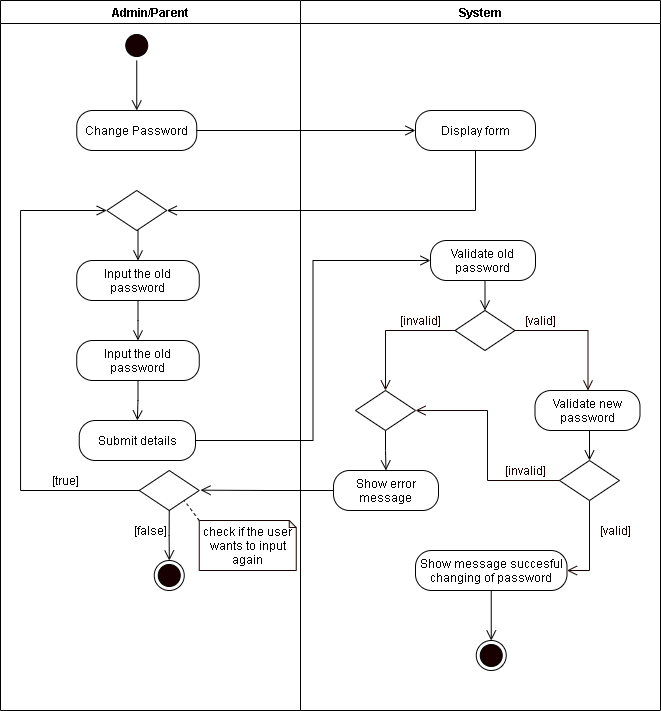
Earlier version of the draw.io export REVISIONS/UML-DIAGRAMS/6-9-2021/ACTIVITY DIAGRAM/6-Change Password.png (mrklglsn/CAPSTONE-FILES). Source tidied: cells renumbered, new cells last; positions are measured from the earlier drawing's top-left corner, leaving out a move shared by most shapes. Its diagram source:
```xml
<mxGraphModel>
  <root>
    <mxCell id="0" />
    <mxCell id="1" parent="0" />
    <mxCell id="2" value="Admin/Parent" style="swimlane;startSize=23;" parent="1" vertex="1">
      <mxGeometry width="300" height="710" as="geometry" />
    </mxCell>
    <mxCell id="3" style="edgeStyle=orthogonalEdgeStyle;rounded=0;jettySize=auto;html=1;exitX=0.5;exitY=1;exitDx=0;exitDy=0;entryX=0.5;entryY=0;entryDx=0;entryDy=0;endArrow=open;endFill=0;endSize=8;" parent="2" edge="1" source="4">
      <mxGeometry relative="1" as="geometry">
        <mxPoint x="136.2" y="110" as="targetPoint" />
      </mxGeometry>
    </mxCell>
    <mxCell id="4" style="ellipse;html=1;shape=startState;fillColor=#190000;" parent="2" vertex="1">
      <mxGeometry x="121.2" y="30" width="30" height="30" as="geometry" />
    </mxCell>
    <mxCell id="5" value="Change Password" style="rounded=1;whiteSpace=wrap;html=1;arcSize=40;" parent="2" vertex="1">
      <mxGeometry x="76.2" y="110" width="120" height="40" as="geometry" />
    </mxCell>
    <mxCell id="6" style="edgeStyle=orthogonalEdgeStyle;rounded=0;jettySize=auto;html=1;exitX=0.5;exitY=1;exitDx=0;exitDy=0;endArrow=open;endFill=0;endSize=8;" parent="2" edge="1" source="7" target="12">
      <mxGeometry relative="1" as="geometry" />
    </mxCell>
    <mxCell id="7" value="Input the old password" style="rounded=1;whiteSpace=wrap;html=1;arcSize=40;" parent="2" vertex="1">
      <mxGeometry x="76.2" y="260" width="122.5" height="40" as="geometry" />
    </mxCell>
    <mxCell id="8" value="Submit details" style="rounded=1;whiteSpace=wrap;html=1;arcSize=40;" parent="2" vertex="1">
      <mxGeometry x="78.8" y="420" width="116.2" height="40" as="geometry" />
    </mxCell>
    <mxCell id="9" style="edgeStyle=orthogonalEdgeStyle;rounded=0;jettySize=auto;html=1;exitX=0.5;exitY=1;exitDx=0;exitDy=0;entryX=0.5;entryY=0;entryDx=0;entryDy=0;endArrow=open;endFill=0;endSize=8;" parent="2" edge="1" source="10" target="7">
      <mxGeometry relative="1" as="geometry" />
    </mxCell>
    <mxCell id="10" style="rhombus;whiteSpace=wrap;html=1;" parent="2" vertex="1">
      <mxGeometry x="106.2" y="190" width="60" height="40" as="geometry" />
    </mxCell>
    <mxCell id="11" style="edgeStyle=orthogonalEdgeStyle;rounded=0;jettySize=auto;html=1;exitX=0.5;exitY=1;exitDx=0;exitDy=0;endArrow=open;endFill=0;endSize=8;" parent="2" edge="1" source="12" target="8">
      <mxGeometry relative="1" as="geometry" />
    </mxCell>
    <mxCell id="12" value="Input the old password" style="rounded=1;whiteSpace=wrap;html=1;arcSize=40;" parent="2" vertex="1">
      <mxGeometry x="76.2" y="340" width="122.5" height="40" as="geometry" />
    </mxCell>
    <mxCell id="13" style="rhombus;whiteSpace=wrap;html=1;" parent="2" vertex="1">
      <mxGeometry x="138.8" y="470" width="60" height="40" as="geometry" />
    </mxCell>
    <mxCell id="14" style="edgeStyle=orthogonalEdgeStyle;rounded=0;jettySize=auto;html=1;entryX=0;entryY=0.5;entryDx=0;entryDy=0;endArrow=open;endFill=0;endSize=8;exitX=0;exitY=0.5;exitDx=0;exitDy=0;" parent="2" edge="1" source="13" target="10">
      <mxGeometry relative="1" as="geometry">
        <Array as="points">
          <mxPoint x="139" y="490" />
          <mxPoint x="20" y="490" />
          <mxPoint x="20" y="210" />
        </Array>
      </mxGeometry>
    </mxCell>
    <mxCell id="15" style="ellipse;html=1;shape=endState;fillColor=#190000;" parent="2" vertex="1">
      <mxGeometry x="153.8" y="560" width="30" height="30" as="geometry" />
    </mxCell>
    <mxCell id="16" value="[true]" style="text;html=1;align=center;verticalAlign=middle;strokeColor=none;" parent="2" vertex="1">
      <mxGeometry x="45" y="470" width="40" height="20" as="geometry" />
    </mxCell>
    <mxCell id="17" value="[false]" style="text;html=1;align=center;verticalAlign=middle;strokeColor=none;" parent="2" vertex="1">
      <mxGeometry x="125" y="520" width="50" height="20" as="geometry" />
    </mxCell>
    <mxCell id="18" style="rounded=0;jettySize=auto;html=1;exitX=0;exitY=0;exitDx=0;exitDy=0;exitPerimeter=0;entryX=1;entryY=1;entryDx=0;entryDy=0;endArrow=none;endFill=0;endSize=8;dashed=1;" parent="2" edge="1" source="19" target="13">
      <mxGeometry relative="1" as="geometry" />
    </mxCell>
    <mxCell id="19" value="check if the user wants to input again" style="shape=note;whiteSpace=wrap;html=1;backgroundOutline=1;darkOpacity=0.05;strokeColor=#190000;size=7;" parent="2" vertex="1">
      <mxGeometry x="198.8" y="520" width="97" height="50" as="geometry" />
    </mxCell>
    <mxCell id="20" value="System" style="swimlane;" parent="1" vertex="1">
      <mxGeometry x="300" width="360" height="710" as="geometry" />
    </mxCell>
    <mxCell id="21" value="Validate old password" style="rounded=1;whiteSpace=wrap;html=1;arcSize=40;" parent="20" vertex="1">
      <mxGeometry x="130" y="240" width="105" height="40" as="geometry" />
    </mxCell>
    <mxCell id="22" style="rhombus;whiteSpace=wrap;html=1;" parent="20" vertex="1">
      <mxGeometry x="154.5" y="310" width="60" height="40" as="geometry" />
    </mxCell>
    <mxCell id="23" style="edgeStyle=orthogonalEdgeStyle;rounded=0;jettySize=auto;html=1;exitX=0.5;exitY=1;exitDx=0;exitDy=0;entryX=0.5;entryY=0;entryDx=0;entryDy=0;endArrow=open;endFill=0;endSize=8;" parent="20" edge="1" source="21" target="22">
      <mxGeometry relative="1" as="geometry" />
    </mxCell>
    <mxCell id="24" value="&lt;font color=&quot;#190000&quot;&gt;[valid]&lt;/font&gt;" style="text;html=1;align=center;verticalAlign=middle;strokeColor=none;fontColor=#FFFFFF;" parent="20" vertex="1">
      <mxGeometry x="214.5" y="310" width="50" height="20" as="geometry" />
    </mxCell>
    <mxCell id="25" value="&lt;font color=&quot;#190000&quot;&gt;[invalid]&lt;/font&gt;" style="text;html=1;align=center;verticalAlign=middle;strokeColor=none;fontColor=#FFFFFF;" parent="20" vertex="1">
      <mxGeometry x="90" y="310" width="60" height="20" as="geometry" />
    </mxCell>
    <mxCell id="26" value="Show error message" style="rounded=1;whiteSpace=wrap;html=1;arcSize=40;" parent="20" vertex="1">
      <mxGeometry x="33" y="470" width="105" height="40" as="geometry" />
    </mxCell>
    <mxCell id="27" style="edgeStyle=orthogonalEdgeStyle;rounded=0;jettySize=auto;html=1;exitX=0;exitY=0.5;exitDx=0;exitDy=0;fontColor=#FFFFFF;endArrow=open;endFill=0;endSize=8;strokeColor=#190000;entryX=0.5;entryY=0;entryDx=0;entryDy=0;" parent="20" edge="1" source="22" target="40">
      <mxGeometry relative="1" as="geometry" />
    </mxCell>
    <mxCell id="28" style="edgeStyle=orthogonalEdgeStyle;rounded=0;jettySize=auto;html=1;exitX=1;exitY=0.5;exitDx=0;exitDy=0;fontColor=#FFFFFF;endArrow=open;endFill=0;endSize=8;strokeColor=#190000;entryX=0.5;entryY=0;entryDx=0;entryDy=0;" parent="20" edge="1" source="22">
      <mxGeometry relative="1" as="geometry">
        <mxPoint x="287.5" y="390" as="targetPoint" />
      </mxGeometry>
    </mxCell>
    <mxCell id="29" value="Display form" style="rounded=1;whiteSpace=wrap;html=1;arcSize=40;" parent="20" vertex="1">
      <mxGeometry x="115" y="110" width="120" height="40" as="geometry" />
    </mxCell>
    <mxCell id="30" value="Validate new password" style="rounded=1;whiteSpace=wrap;html=1;arcSize=40;" parent="20" vertex="1">
      <mxGeometry x="234.5" y="390" width="105" height="40" as="geometry" />
    </mxCell>
    <mxCell id="31" style="rhombus;whiteSpace=wrap;html=1;" parent="20" vertex="1">
      <mxGeometry x="259" y="460" width="60" height="40" as="geometry" />
    </mxCell>
    <mxCell id="32" style="edgeStyle=orthogonalEdgeStyle;rounded=0;jettySize=auto;html=1;exitX=0.5;exitY=1;exitDx=0;exitDy=0;entryX=0.5;entryY=0;entryDx=0;entryDy=0;endArrow=open;endFill=0;endSize=8;" parent="20" edge="1" source="30" target="31">
      <mxGeometry relative="1" as="geometry" />
    </mxCell>
    <mxCell id="33" value="&lt;font color=&quot;#190000&quot;&gt;[valid]&lt;/font&gt;" style="text;html=1;align=center;verticalAlign=middle;strokeColor=none;fontColor=#FFFFFF;" parent="20" vertex="1">
      <mxGeometry x="289.5" y="520" width="50" height="20" as="geometry" />
    </mxCell>
    <mxCell id="34" value="&lt;font color=&quot;#190000&quot;&gt;[invalid]&lt;/font&gt;" style="text;html=1;align=center;verticalAlign=middle;strokeColor=none;fontColor=#FFFFFF;" parent="20" vertex="1">
      <mxGeometry x="194.5" y="460" width="60" height="20" as="geometry" />
    </mxCell>
    <mxCell id="35" style="edgeStyle=orthogonalEdgeStyle;rounded=0;jettySize=auto;html=1;exitX=0.5;exitY=1;exitDx=0;exitDy=0;entryX=0.5;entryY=0;entryDx=0;entryDy=0;endArrow=open;endFill=0;endSize=8;" parent="20" edge="1" source="36" target="41">
      <mxGeometry relative="1" as="geometry" />
    </mxCell>
    <mxCell id="36" value="Show message succesful changing of password" style="rounded=1;whiteSpace=wrap;html=1;arcSize=40;" parent="20" vertex="1">
      <mxGeometry x="115" y="550" width="151.5" height="40" as="geometry" />
    </mxCell>
    <mxCell id="37" style="edgeStyle=orthogonalEdgeStyle;rounded=0;jettySize=auto;html=1;exitX=0;exitY=0.5;exitDx=0;exitDy=0;fontColor=#FFFFFF;endArrow=open;endFill=0;endSize=8;strokeColor=#190000;entryX=1;entryY=0.5;entryDx=0;entryDy=0;" parent="20" edge="1" source="31" target="40">
      <mxGeometry relative="1" as="geometry" />
    </mxCell>
    <mxCell id="38" style="edgeStyle=orthogonalEdgeStyle;rounded=0;jettySize=auto;html=1;exitX=0.5;exitY=1;exitDx=0;exitDy=0;fontColor=#FFFFFF;endArrow=open;endFill=0;endSize=8;strokeColor=#190000;entryX=1;entryY=0.5;entryDx=0;entryDy=0;" parent="20" edge="1" source="31" target="36">
      <mxGeometry relative="1" as="geometry" />
    </mxCell>
    <mxCell id="39" style="edgeStyle=orthogonalEdgeStyle;rounded=0;jettySize=auto;html=1;exitX=0.5;exitY=1;exitDx=0;exitDy=0;endArrow=open;endFill=0;endSize=8;" parent="20" edge="1" source="40" target="26">
      <mxGeometry relative="1" as="geometry" />
    </mxCell>
    <mxCell id="40" style="rhombus;whiteSpace=wrap;html=1;" parent="20" vertex="1">
      <mxGeometry x="55" y="390" width="60" height="40" as="geometry" />
    </mxCell>
    <mxCell id="41" style="ellipse;html=1;shape=endState;fillColor=#190000;" parent="20" vertex="1">
      <mxGeometry x="175.8" y="640" width="30" height="30" as="geometry" />
    </mxCell>
    <mxCell id="42" style="edgeStyle=orthogonalEdgeStyle;rounded=0;jettySize=auto;html=1;exitX=1;exitY=0.5;exitDx=0;exitDy=0;endArrow=open;endFill=0;endSize=8;entryX=0;entryY=0.5;entryDx=0;entryDy=0;" parent="1" edge="1" source="5" target="29">
      <mxGeometry relative="1" as="geometry" />
    </mxCell>
    <mxCell id="43" style="edgeStyle=orthogonalEdgeStyle;rounded=0;jettySize=auto;html=1;exitX=0.5;exitY=1;exitDx=0;exitDy=0;endArrow=open;endFill=0;endSize=8;entryX=1;entryY=0.5;entryDx=0;entryDy=0;" parent="1" edge="1" source="29" target="10">
      <mxGeometry relative="1" as="geometry" />
    </mxCell>
    <mxCell id="44" style="edgeStyle=orthogonalEdgeStyle;rounded=0;jettySize=auto;html=1;exitX=1;exitY=0.5;exitDx=0;exitDy=0;entryX=0;entryY=0.5;entryDx=0;entryDy=0;endArrow=open;endFill=0;endSize=8;" parent="1" edge="1" source="8" target="21">
      <mxGeometry relative="1" as="geometry" />
    </mxCell>
    <mxCell id="45" style="edgeStyle=orthogonalEdgeStyle;rounded=0;jettySize=auto;html=1;exitX=0;exitY=0.5;exitDx=0;exitDy=0;endArrow=open;endFill=0;endSize=8;" parent="1" edge="1" source="26">
      <mxGeometry relative="1" as="geometry">
        <mxPoint x="200" y="489.7" as="targetPoint" />
      </mxGeometry>
    </mxCell>
    <mxCell id="46" style="edgeStyle=orthogonalEdgeStyle;rounded=0;jettySize=auto;html=1;exitX=0.5;exitY=1;exitDx=0;exitDy=0;endArrow=open;endFill=0;endSize=8;" parent="1" edge="1" source="13">
      <mxGeometry relative="1" as="geometry">
        <mxPoint x="168.8" y="560" as="targetPoint" />
      </mxGeometry>
    </mxCell>
  </root>
</mxGraphModel>
```
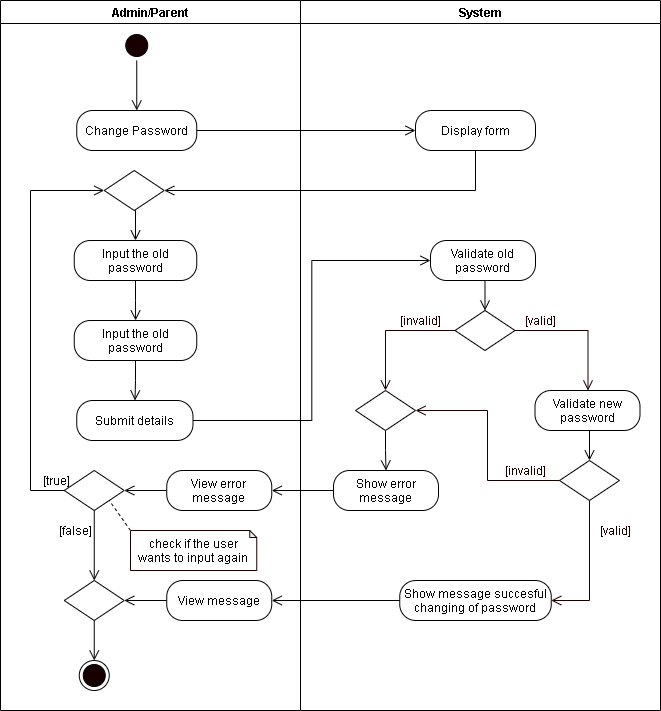
After the change.

Change to the diagram source:
```diff
@@ -20,50 +20,70 @@
       <mxGeometry relative="1" as="geometry" />
     </mxCell>
     <mxCell id="7" value="Input the old password" style="rounded=1;whiteSpace=wrap;html=1;arcSize=40;" parent="2" vertex="1">
-      <mxGeometry x="76.2" y="260" width="122.5" height="40" as="geometry" />
+      <mxGeometry x="73.8" y="240" width="122.5" height="40" as="geometry" />
     </mxCell>
     <mxCell id="8" value="Submit details" style="rounded=1;whiteSpace=wrap;html=1;arcSize=40;" parent="2" vertex="1">
-      <mxGeometry x="78.8" y="420" width="116.2" height="40" as="geometry" />
+      <mxGeometry x="76.2" y="400" width="116.2" height="40" as="geometry" />
     </mxCell>
     <mxCell id="9" style="edgeStyle=orthogonalEdgeStyle;rounded=0;jettySize=auto;html=1;exitX=0.5;exitY=1;exitDx=0;exitDy=0;entryX=0.5;entryY=0;entryDx=0;entryDy=0;endArrow=open;endFill=0;endSize=8;" parent="2" edge="1" source="10" target="7">
       <mxGeometry relative="1" as="geometry" />
     </mxCell>
     <mxCell id="10" style="rhombus;whiteSpace=wrap;html=1;" parent="2" vertex="1">
-      <mxGeometry x="106.2" y="190" width="60" height="40" as="geometry" />
+      <mxGeometry x="103.8" y="170" width="60" height="40" as="geometry" />
     </mxCell>
     <mxCell id="11" style="edgeStyle=orthogonalEdgeStyle;rounded=0;jettySize=auto;html=1;exitX=0.5;exitY=1;exitDx=0;exitDy=0;endArrow=open;endFill=0;endSize=8;" parent="2" edge="1" source="12" target="8">
       <mxGeometry relative="1" as="geometry" />
     </mxCell>
     <mxCell id="12" value="Input the old password" style="rounded=1;whiteSpace=wrap;html=1;arcSize=40;" parent="2" vertex="1">
-      <mxGeometry x="76.2" y="340" width="122.5" height="40" as="geometry" />
+      <mxGeometry x="73.8" y="320" width="122.5" height="40" as="geometry" />
     </mxCell>
     <mxCell id="13" style="rhombus;whiteSpace=wrap;html=1;" parent="2" vertex="1">
-      <mxGeometry x="138.8" y="470" width="60" height="40" as="geometry" />
+      <mxGeometry x="63.8" y="470" width="60" height="40" as="geometry" />
     </mxCell>
     <mxCell id="14" style="edgeStyle=orthogonalEdgeStyle;rounded=0;jettySize=auto;html=1;entryX=0;entryY=0.5;entryDx=0;entryDy=0;endArrow=open;endFill=0;endSize=8;exitX=0;exitY=0.5;exitDx=0;exitDy=0;" parent="2" edge="1" source="13" target="10">
       <mxGeometry relative="1" as="geometry">
         <Array as="points">
-          <mxPoint x="139" y="490" />
-          <mxPoint x="20" y="490" />
-          <mxPoint x="20" y="210" />
+          <mxPoint x="30" y="490" />
+          <mxPoint x="30" y="190" />
         </Array>
       </mxGeometry>
     </mxCell>
     <mxCell id="15" style="ellipse;html=1;shape=endState;fillColor=#190000;" parent="2" vertex="1">
-      <mxGeometry x="153.8" y="560" width="30" height="30" as="geometry" />
+      <mxGeometry x="78.8" y="660" width="30" height="30" as="geometry" />
     </mxCell>
     <mxCell id="16" value="[true]" style="text;html=1;align=center;verticalAlign=middle;strokeColor=none;" parent="2" vertex="1">
-      <mxGeometry x="45" y="470" width="40" height="20" as="geometry" />
+      <mxGeometry x="36.2" y="470" width="40" height="20" as="geometry" />
     </mxCell>
     <mxCell id="17" value="[false]" style="text;html=1;align=center;verticalAlign=middle;strokeColor=none;" parent="2" vertex="1">
-      <mxGeometry x="125" y="520" width="50" height="20" as="geometry" />
+      <mxGeometry x="50" y="520" width="50" height="20" as="geometry" />
     </mxCell>
     <mxCell id="18" style="rounded=0;jettySize=auto;html=1;exitX=0;exitY=0;exitDx=0;exitDy=0;exitPerimeter=0;entryX=1;entryY=1;entryDx=0;entryDy=0;endArrow=none;endFill=0;endSize=8;dashed=1;" parent="2" edge="1" source="19" target="13">
       <mxGeometry relative="1" as="geometry" />
     </mxCell>
     <mxCell id="19" value="check if the user wants to input again" style="shape=note;whiteSpace=wrap;html=1;backgroundOutline=1;darkOpacity=0.05;strokeColor=#190000;size=7;" parent="2" vertex="1">
-      <mxGeometry x="198.8" y="520" width="97" height="50" as="geometry" />
+      <mxGeometry x="130" y="530" width="126.2" height="40" as="geometry" />
     </mxCell>
+    <mxCell id="47" style="edgeStyle=orthogonalEdgeStyle;rounded=0;jettySize=auto;html=1;exitX=0;exitY=0.5;exitDx=0;exitDy=0;entryX=1;entryY=0.5;entryDx=0;entryDy=0;endArrow=open;endFill=0;endSize=8;" parent="2" edge="1" source="48" target="13">
+      <mxGeometry relative="1" as="geometry" />
+    </mxCell>
+    <mxCell id="48" value="View error message" style="rounded=1;whiteSpace=wrap;html=1;arcSize=40;" parent="2" vertex="1">
+      <mxGeometry x="166.2" y="470" width="105" height="40" as="geometry" />
+    </mxCell>
+    <mxCell id="49" style="edgeStyle=orthogonalEdgeStyle;rounded=0;jettySize=auto;html=1;exitX=0;exitY=0.5;exitDx=0;exitDy=0;entryX=1;entryY=0.5;entryDx=0;entryDy=0;endArrow=open;endFill=0;endSize=8;" parent="2" edge="1" source="50" target="52">
+      <mxGeometry relative="1" as="geometry" />
+    </mxCell>
+    <mxCell id="50" value="View message" style="rounded=1;whiteSpace=wrap;html=1;arcSize=40;" parent="2" vertex="1">
+      <mxGeometry x="166.2" y="580" width="105" height="40" as="geometry" />
+    </mxCell>
+    <mxCell id="51" style="edgeStyle=orthogonalEdgeStyle;rounded=0;jettySize=auto;html=1;exitX=0.5;exitY=1;exitDx=0;exitDy=0;entryX=0.5;entryY=0;entryDx=0;entryDy=0;endArrow=open;endFill=0;endSize=8;" parent="2" edge="1" source="52" target="15">
+      <mxGeometry relative="1" as="geometry" />
+    </mxCell>
+    <mxCell id="52" style="rhombus;whiteSpace=wrap;html=1;" parent="2" vertex="1">
+      <mxGeometry x="63.8" y="580" width="60" height="40" as="geometry" />
+    </mxCell>
+    <mxCell id="46" style="edgeStyle=orthogonalEdgeStyle;rounded=0;jettySize=auto;html=1;exitX=0.5;exitY=1;exitDx=0;exitDy=0;endArrow=open;endFill=0;endSize=8;entryX=0.5;entryY=0;entryDx=0;entryDy=0;" parent="2" edge="1" source="13" target="52">
+      <mxGeometry relative="1" as="geometry" />
+    </mxCell>
     <mxCell id="20" value="System" style="swimlane;" parent="1" vertex="1">
       <mxGeometry x="300" width="360" height="710" as="geometry" />
     </mxCell>
@@ -111,11 +131,8 @@
     <mxCell id="34" value="&lt;font color=&quot;#190000&quot;&gt;[invalid]&lt;/font&gt;" style="text;html=1;align=center;verticalAlign=middle;strokeColor=none;fontColor=#FFFFFF;" parent="20" vertex="1">
       <mxGeometry x="194.5" y="460" width="60" height="20" as="geometry" />
     </mxCell>
-    <mxCell id="35" style="edgeStyle=orthogonalEdgeStyle;rounded=0;jettySize=auto;html=1;exitX=0.5;exitY=1;exitDx=0;exitDy=0;entryX=0.5;entryY=0;entryDx=0;entryDy=0;endArrow=open;endFill=0;endSize=8;" parent="20" edge="1" source="36" target="41">
-      <mxGeometry relative="1" as="geometry" />
-    </mxCell>
     <mxCell id="36" value="Show message succesful changing of password" style="rounded=1;whiteSpace=wrap;html=1;arcSize=40;" parent="20" vertex="1">
-      <mxGeometry x="115" y="550" width="151.5" height="40" as="geometry" />
+      <mxGeometry x="99.2" y="580" width="151.5" height="40" as="geometry" />
     </mxCell>
     <mxCell id="37" style="edgeStyle=orthogonalEdgeStyle;rounded=0;jettySize=auto;html=1;exitX=0;exitY=0.5;exitDx=0;exitDy=0;fontColor=#FFFFFF;endArrow=open;endFill=0;endSize=8;strokeColor=#190000;entryX=1;entryY=0.5;entryDx=0;entryDy=0;" parent="20" edge="1" source="31" target="40">
       <mxGeometry relative="1" as="geometry" />
@@ -129,9 +146,6 @@
     <mxCell id="40" style="rhombus;whiteSpace=wrap;html=1;" parent="20" vertex="1">
       <mxGeometry x="55" y="390" width="60" height="40" as="geometry" />
     </mxCell>
-    <mxCell id="41" style="ellipse;html=1;shape=endState;fillColor=#190000;" parent="20" vertex="1">
-      <mxGeometry x="175.8" y="640" width="30" height="30" as="geometry" />
-    </mxCell>
     <mxCell id="42" style="edgeStyle=orthogonalEdgeStyle;rounded=0;jettySize=auto;html=1;exitX=1;exitY=0.5;exitDx=0;exitDy=0;endArrow=open;endFill=0;endSize=8;entryX=0;entryY=0.5;entryDx=0;entryDy=0;" parent="1" edge="1" source="5" target="29">
       <mxGeometry relative="1" as="geometry" />
     </mxCell>
@@ -141,15 +155,11 @@
     <mxCell id="44" style="edgeStyle=orthogonalEdgeStyle;rounded=0;jettySize=auto;html=1;exitX=1;exitY=0.5;exitDx=0;exitDy=0;entryX=0;entryY=0.5;entryDx=0;entryDy=0;endArrow=open;endFill=0;endSize=8;" parent="1" edge="1" source="8" target="21">
       <mxGeometry relative="1" as="geometry" />
     </mxCell>
-    <mxCell id="45" style="edgeStyle=orthogonalEdgeStyle;rounded=0;jettySize=auto;html=1;exitX=0;exitY=0.5;exitDx=0;exitDy=0;endArrow=open;endFill=0;endSize=8;" parent="1" edge="1" source="26">
-      <mxGeometry relative="1" as="geometry">
-        <mxPoint x="200" y="489.7" as="targetPoint" />
-      </mxGeometry>
+    <mxCell id="45" style="edgeStyle=orthogonalEdgeStyle;rounded=0;jettySize=auto;html=1;exitX=0;exitY=0.5;exitDx=0;exitDy=0;endArrow=open;endFill=0;endSize=8;entryX=1;entryY=0.5;entryDx=0;entryDy=0;" parent="1" edge="1" source="26" target="48">
+      <mxGeometry relative="1" as="geometry" />
     </mxCell>
-    <mxCell id="46" style="edgeStyle=orthogonalEdgeStyle;rounded=0;jettySize=auto;html=1;exitX=0.5;exitY=1;exitDx=0;exitDy=0;endArrow=open;endFill=0;endSize=8;" parent="1" edge="1" source="13">
-      <mxGeometry relative="1" as="geometry">
-        <mxPoint x="168.8" y="560" as="targetPoint" />
-      </mxGeometry>
-    </mxCell>
+    <mxCell id="53" style="edgeStyle=orthogonalEdgeStyle;rounded=0;jettySize=auto;html=1;exitX=0;exitY=0.5;exitDx=0;exitDy=0;endArrow=open;endFill=0;endSize=8;" parent="1" edge="1" source="36" target="50">
+      <mxGeometry relative="1" as="geometry" />
+    </mxCell>
   </root>
 </mxGraphModel>
```
